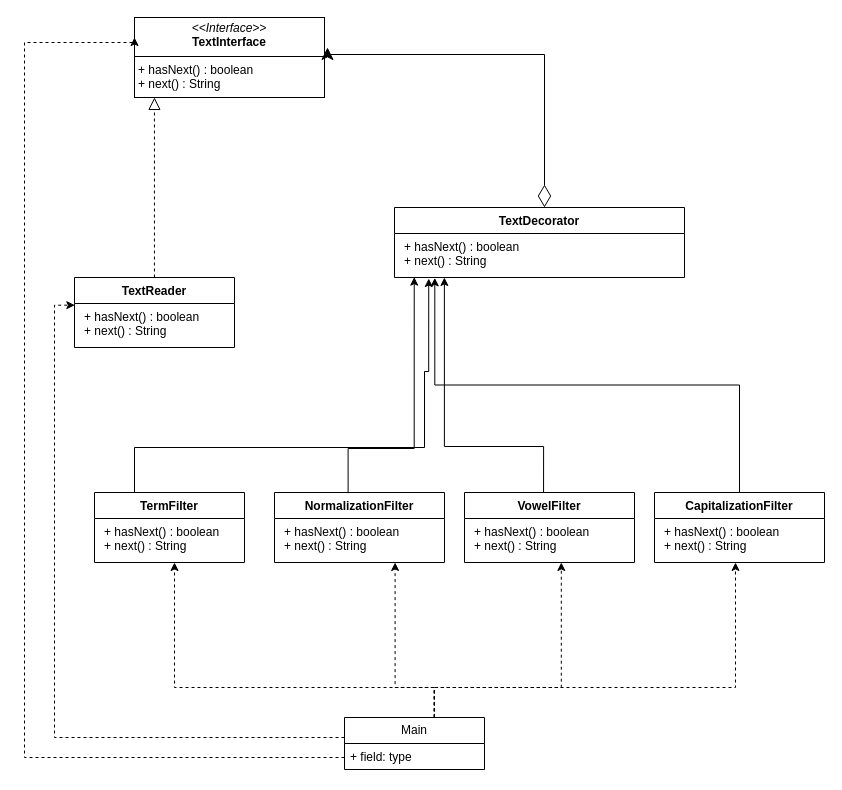
rtavares018/Recursos-teste-ITW keeps this draw.io diagram as Ex2.drawio. Above is the earlier version. Source tidied: cells renumbered, new cells numbered last; positions are measured from the earlier drawing's top-left corner, leaving out a move shared by most shapes. Both pictures are drawn from the tidied source at 100%, with x=0, y=0 at pixel (24, 17).
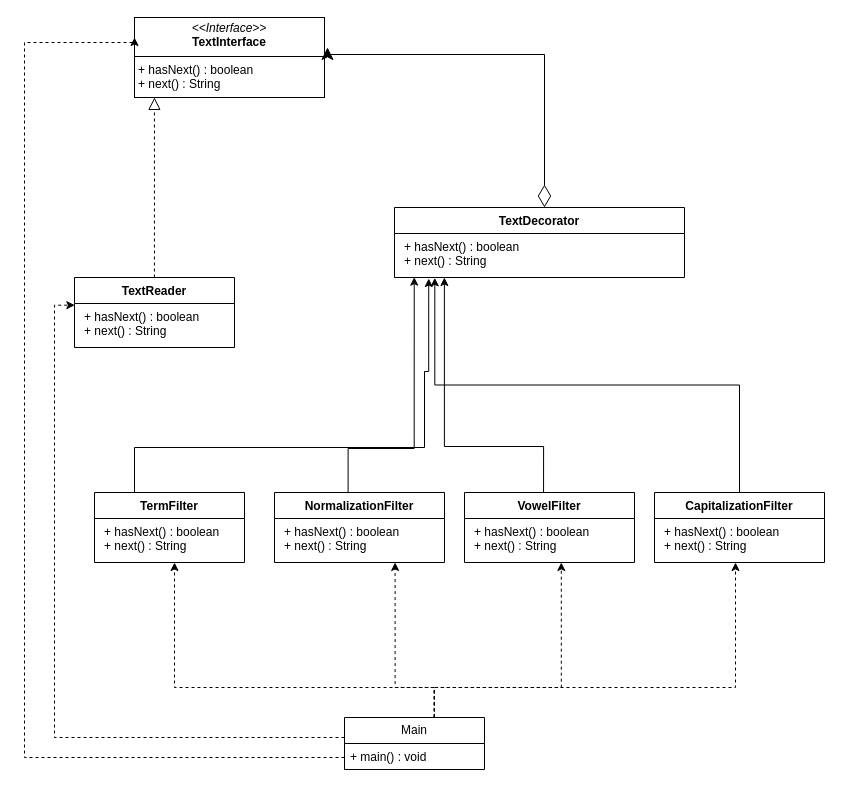
The same diagram, later.

Unchanged cells that the change refers to:
```xml
<mxCell id="21" value="Main" style="swimlane;fontStyle=0;horizontal=1;startSize=26;fillColor=none;whiteSpace=wrap;html=1;" parent="1" vertex="1">
  <mxGeometry x="320" y="700" width="140" height="52" as="geometry" />
</mxCell>
```

What changed in the source:
```diff
@@
-    <mxCell id="22" value="+ field: type" style="text;strokeColor=none;fillColor=none;align=left;verticalAlign=top;spacingLeft=4;spacingRight=4;overflow=hidden;points=[[0,0.5],[1,0.5]];portConstraint=eastwest;whiteSpace=wrap;html=1;" parent="21" vertex="1">
+    <mxCell id="22" value="+ main() : void" style="text;strokeColor=none;fillColor=none;align=left;verticalAlign=top;spacingLeft=4;spacingRight=4;overflow=hidden;points=[[0,0.5],[1,0.5]];portConstraint=eastwest;whiteSpace=wrap;html=1;" parent="21" vertex="1">
       <mxGeometry y="26" width="140" height="26" as="geometry" />
     </mxCell>
```
